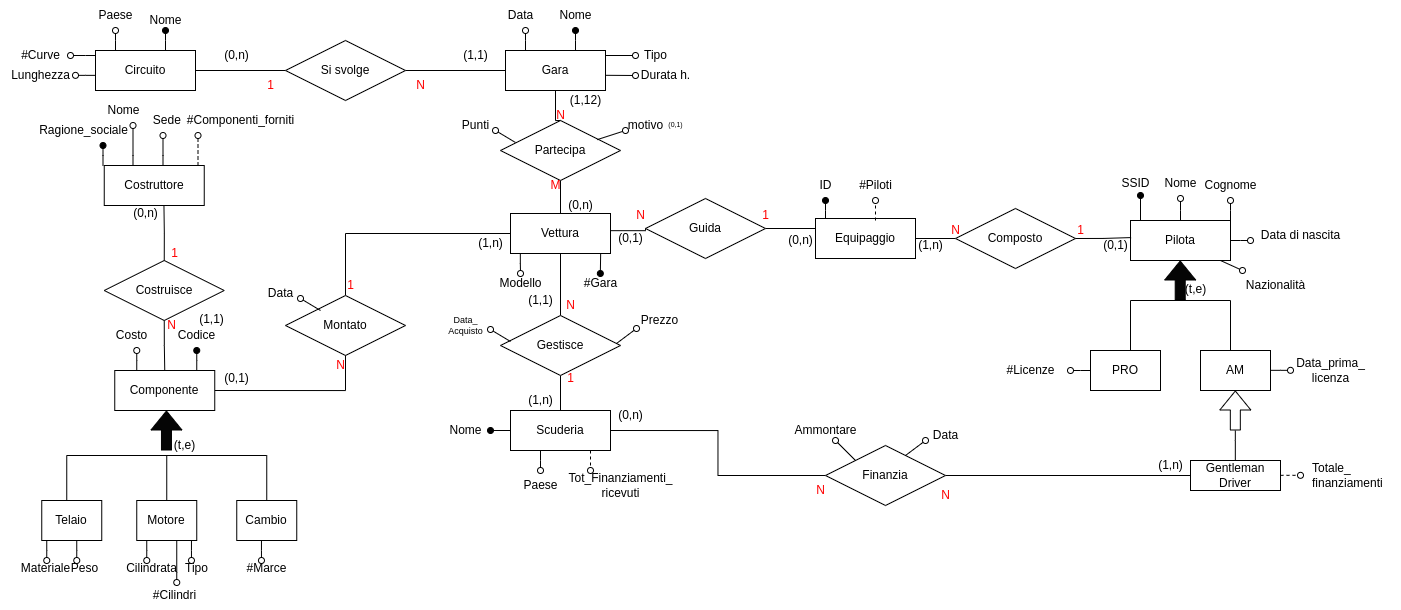
The draw.io diagram II_Anno/BD/Progetto/2023-2024/Peppe-Pasquale/Untitled_Diagram_1.drawio.png in GiuseppePastena23/UNISA, before a commit. Source tidied: cells renumbered, new cells last; positions are measured from the earlier drawing's top-left corner, leaving out a move shared by most shapes.
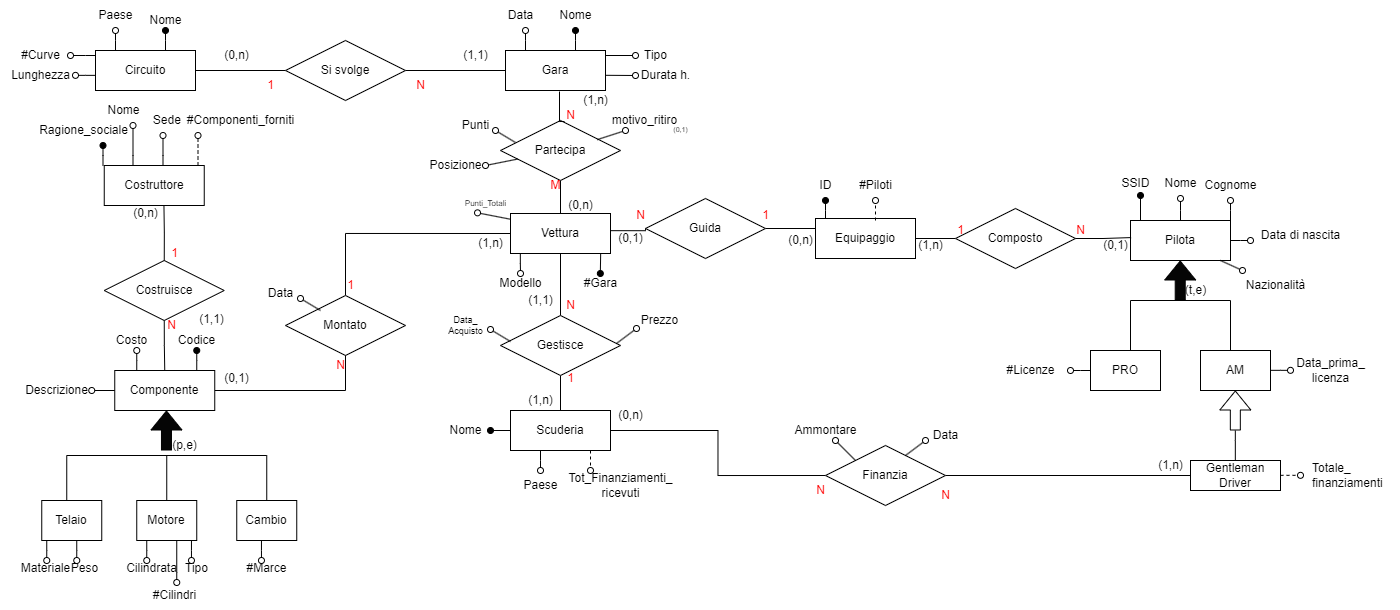
After the commit.

Commit message:
parziale esclusiva

Change to the diagram source:
```diff
@@ -227,7 +227,7 @@
       </mxGeometry>
     </mxCell>
     <mxCell id="46" value="Codice" style="text;html=1;align=center;verticalAlign=middle;strokeColor=none;fillColor=none;labelBackgroundColor=none;" parent="1" vertex="1">
-      <mxGeometry x="166.2" y="320" width="60" height="30" as="geometry" />
+      <mxGeometry x="166.2" y="325" width="60" height="30" as="geometry" />
     </mxCell>
     <mxCell id="47" style="endArrow=oval;html=1;rounded=0;exitX=0.5;exitY=0;exitDx=0;exitDy=0;endFill=0;labelBackgroundColor=none;fontColor=default;" parent="1" edge="1">
       <mxGeometry relative="1" as="geometry">
@@ -239,7 +239,7 @@
       </mxGeometry>
     </mxCell>
     <mxCell id="48" value="Costo" style="text;html=1;align=center;verticalAlign=middle;strokeColor=none;fillColor=none;" parent="1" vertex="1">
-      <mxGeometry x="106.2" y="320" width="50" height="30" as="geometry" />
+      <mxGeometry x="106.2" y="325" width="50" height="30" as="geometry" />
     </mxCell>
     <mxCell id="49" value="Costruttore" style="html=1;align=center;fontStyle=0;labelBackgroundColor=none;fontColor=default;whiteSpace=wrap;labelBorderColor=none;verticalAlign=middle;horizontal=1;fontFamily=Helvetica;" parent="1" vertex="1">
       <mxGeometry x="103.8" y="165" width="100" height="40" as="geometry" />
@@ -512,8 +512,11 @@
     <mxCell id="99" value="Partecipa" style="shape=rhombus;perimeter=rhombusPerimeter;whiteSpace=wrap;html=1;align=center;" parent="1" vertex="1">
       <mxGeometry x="500" y="120" width="120" height="60" as="geometry" />
     </mxCell>
-    <mxCell id="100" style="edgeStyle=orthogonalEdgeStyle;rounded=0;jettySize=auto;html=1;exitX=0.5;exitY=0;exitDx=0;exitDy=0;entryX=0.5;entryY=1;entryDx=0;entryDy=0;endArrow=none;endFill=0;" parent="1" edge="1" source="99" target="76">
-      <mxGeometry relative="1" as="geometry" />
+    <mxCell id="100" style="edgeStyle=orthogonalEdgeStyle;rounded=0;orthogonalLoop=1;jettySize=auto;html=1;exitX=0.5;exitY=0;exitDx=0;exitDy=0;entryX=0.5;entryY=1;entryDx=0;entryDy=0;endArrow=none;endFill=0;" parent="1" edge="1">
+      <mxGeometry relative="1" as="geometry">
+        <mxPoint x="564" y="121" as="sourcePoint" />
+        <mxPoint x="559" y="91" as="targetPoint" />
+      </mxGeometry>
     </mxCell>
     <mxCell id="101" style="endArrow=oval;html=1;rounded=0;exitX=0.125;exitY=0.367;exitDx=0;exitDy=0;exitPerimeter=0;endFill=0;" parent="1" edge="1" source="99">
       <mxGeometry relative="1" as="geometry">
@@ -528,8 +531,8 @@
         <mxPoint x="625" y="130" as="targetPoint" />
       </mxGeometry>
     </mxCell>
-    <mxCell id="104" value="motivo" style="text;html=1;align=center;verticalAlign=middle;strokeColor=none;fillColor=none;labelBackgroundColor=none;" parent="1" vertex="1">
-      <mxGeometry x="615" y="110" width="60" height="30" as="geometry" />
+    <mxCell id="104" value="motivo_ritiro" style="text;html=1;align=center;verticalAlign=middle;strokeColor=none;fillColor=none;labelBackgroundColor=none;" parent="1" vertex="1">
+      <mxGeometry x="599" y="105" width="90" height="30" as="geometry" />
     </mxCell>
     <mxCell id="105" style="edgeStyle=orthogonalEdgeStyle;rounded=0;jettySize=auto;html=1;exitX=1;exitY=0.5;exitDx=0;exitDy=0;entryX=0;entryY=0.25;entryDx=0;entryDy=0;endArrow=none;endFill=0;" parent="1" edge="1" source="106" target="3">
       <mxGeometry relative="1" as="geometry" />
@@ -638,10 +641,10 @@
       <mxGeometry x="211.2" y="40" width="50" height="30" as="geometry" />
     </mxCell>
     <mxCell id="134" value="(0,1)" style="text;html=1;align=center;verticalAlign=middle;strokeColor=none;fillColor=none;fontSize=7;" parent="1" vertex="1">
-      <mxGeometry x="655" y="115" width="40" height="20" as="geometry" />
+      <mxGeometry x="660" y="120" width="40" height="20" as="geometry" />
     </mxCell>
     <mxCell id="135" value="N" style="text;html=1;align=center;verticalAlign=middle;strokeColor=none;fillColor=none;fontColor=#ff0000;" parent="1" vertex="1">
-      <mxGeometry x="545" y="100" width="30" height="30" as="geometry" />
+      <mxGeometry x="555" y="100" width="30" height="30" as="geometry" />
     </mxCell>
     <mxCell id="136" value="M" style="text;html=1;align=center;verticalAlign=middle;strokeColor=none;fillColor=none;fontColor=#ff0000;" parent="1" vertex="1">
       <mxGeometry x="540" y="170" width="30" height="30" as="geometry" />
@@ -649,8 +652,8 @@
     <mxCell id="137" value="(0,n)" style="text;html=1;align=center;verticalAlign=middle;strokeColor=none;fillColor=none;" parent="1" vertex="1">
       <mxGeometry x="555" y="190" width="50" height="30" as="geometry" />
     </mxCell>
-    <mxCell id="138" value="(1,12)" style="text;html=1;align=center;verticalAlign=middle;strokeColor=none;fillColor=none;" parent="1" vertex="1">
-      <mxGeometry x="560" y="85" width="50" height="30" as="geometry" />
+    <mxCell id="138" value="(1,n)" style="text;html=1;align=center;verticalAlign=middle;strokeColor=none;fillColor=none;" parent="1" vertex="1">
+      <mxGeometry x="570" y="85" width="50" height="30" as="geometry" />
     </mxCell>
     <mxCell id="139" value="1" style="text;html=1;align=center;verticalAlign=middle;strokeColor=none;fillColor=none;fontColor=#ff0000;" parent="1" vertex="1">
       <mxGeometry x="555" y="363" width="30" height="30" as="geometry" />
@@ -677,10 +680,10 @@
       <mxGeometry x="605" y="223" width="50" height="30" as="geometry" />
     </mxCell>
     <mxCell id="147" value="1" style="text;html=1;align=center;verticalAlign=middle;strokeColor=none;fillColor=none;fontColor=#ff0000;" parent="1" vertex="1">
-      <mxGeometry x="1065" y="215" width="30" height="30" as="geometry" />
+      <mxGeometry x="945" y="215" width="30" height="30" as="geometry" />
     </mxCell>
     <mxCell id="148" value="N" style="text;html=1;align=center;verticalAlign=middle;strokeColor=none;fillColor=none;fontColor=#ff0000;" parent="1" vertex="1">
-      <mxGeometry x="940" y="215" width="30" height="30" as="geometry" />
+      <mxGeometry x="1065" y="215" width="30" height="30" as="geometry" />
     </mxCell>
     <mxCell id="149" value="(0,1)" style="text;html=1;align=center;verticalAlign=middle;strokeColor=none;fillColor=none;" parent="1" vertex="1">
       <mxGeometry x="1090" y="230" width="50" height="30" as="geometry" />
@@ -689,7 +692,7 @@
       <mxGeometry x="905" y="230" width="50" height="30" as="geometry" />
     </mxCell>
     <mxCell id="151" value="(t,e)" style="text;html=1;align=center;verticalAlign=middle;strokeColor=none;fillColor=none;" parent="1" vertex="1">
-      <mxGeometry x="1175" y="274" width="40" height="30" as="geometry" />
+      <mxGeometry x="1175" y="275" width="40" height="30" as="geometry" />
     </mxCell>
     <mxCell id="152" value="N" style="text;html=1;align=center;verticalAlign=middle;strokeColor=none;fillColor=none;fontColor=#ff0000;" parent="1" vertex="1">
       <mxGeometry x="930" y="480" width="30" height="30" as="geometry" />
@@ -703,8 +706,8 @@
     <mxCell id="155" value="(0,n)" style="text;html=1;align=center;verticalAlign=middle;strokeColor=none;fillColor=none;" parent="1" vertex="1">
       <mxGeometry x="605" y="400" width="50" height="30" as="geometry" />
     </mxCell>
-    <mxCell id="156" value="(t,e)" style="text;html=1;align=center;verticalAlign=middle;strokeColor=none;fillColor=none;" parent="1" vertex="1">
-      <mxGeometry x="163.8" y="430" width="40" height="30" as="geometry" />
+    <mxCell id="156" value="(p,e)" style="text;html=1;align=center;verticalAlign=middle;strokeColor=none;fillColor=none;" parent="1" vertex="1">
+      <mxGeometry x="158.8" y="430" width="50" height="30" as="geometry" />
     </mxCell>
     <mxCell id="157" value="1" style="text;html=1;align=center;verticalAlign=middle;strokeColor=none;fillColor=none;fontColor=#ff0000;" parent="1" vertex="1">
       <mxGeometry x="158.8" y="238" width="30" height="30" as="geometry" />
@@ -733,5 +736,30 @@
     <mxCell id="165" value="(0,1)" style="text;html=1;align=center;verticalAlign=middle;strokeColor=none;fillColor=none;" parent="1" vertex="1">
       <mxGeometry x="211.2" y="363" width="50" height="30" as="geometry" />
     </mxCell>
+    <mxCell id="166" style="endArrow=oval;html=1;rounded=0;endFill=0;" parent="1" edge="1" source="99">
+      <mxGeometry relative="1" as="geometry">
+        <mxPoint x="485" y="165" as="targetPoint" />
+      </mxGeometry>
+    </mxCell>
+    <mxCell id="167" value="Posizione" style="text;html=1;align=center;verticalAlign=middle;strokeColor=none;fillColor=none;labelBackgroundColor=none;" parent="1" vertex="1">
+      <mxGeometry x="415" y="150" width="80" height="30" as="geometry" />
+    </mxCell>
+    <mxCell id="168" value="Punti_Totali" style="text;html=1;align=center;verticalAlign=middle;points=[];strokeColor=none;fillColor=none;fontSize=8;" parent="1" vertex="1">
+      <mxGeometry x="455" y="193" width="60" height="20" as="geometry" />
+    </mxCell>
+    <mxCell id="169" style="endArrow=oval;html=1;rounded=0;endFill=0;exitX=-0.003;exitY=0.142;exitDx=0;exitDy=0;exitPerimeter=0;entryX=0.367;entryY=0.967;entryDx=0;entryDy=0;entryPerimeter=0;" parent="1" edge="1" source="39" target="168">
+      <mxGeometry relative="1" as="geometry" />
+    </mxCell>
+    <mxCell id="170" style="endArrow=oval;html=1;rounded=0;exitX=0;exitY=0.5;exitDx=0;exitDy=0;endFill=0;labelBackgroundColor=none;fontColor=default;" parent="1" edge="1" source="44">
+      <mxGeometry relative="1" as="geometry">
+        <mxPoint x="91" y="390" as="targetPoint" />
+        <Array as="points">
+          <mxPoint x="91.2" y="390" />
+        </Array>
+      </mxGeometry>
+    </mxCell>
+    <mxCell id="171" value="Descrizione" style="text;html=1;align=center;verticalAlign=middle;strokeColor=none;fillColor=none;" parent="1" vertex="1">
+      <mxGeometry x="11.2" y="375" width="90" height="30" as="geometry" />
+    </mxCell>
   </root>
 </mxGraphModel>
```
